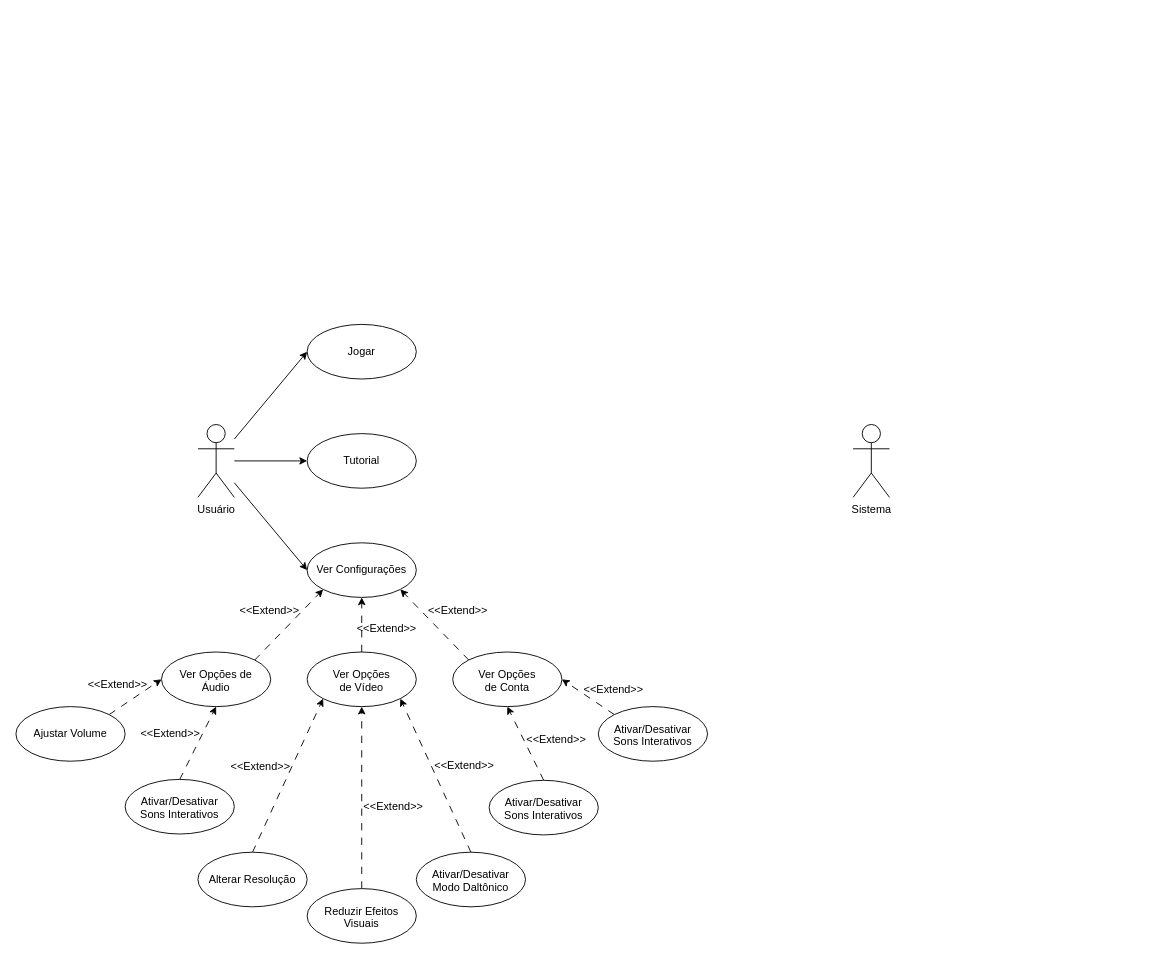
The draw.io diagram Diagrama de Casos de Uso Versão 2.drawio in RaphaelYoshiki/TCC-Jogo-Auxilio-Dislexia, before the edit. Source tidied: cells renumbered, new cells numbered last; positions are measured from the earlier drawing's top-left corner, leaving out a move shared by most shapes. Both pictures are drawn from the tidied source at 91%, with x=0, y=0 at pixel (15, 324).
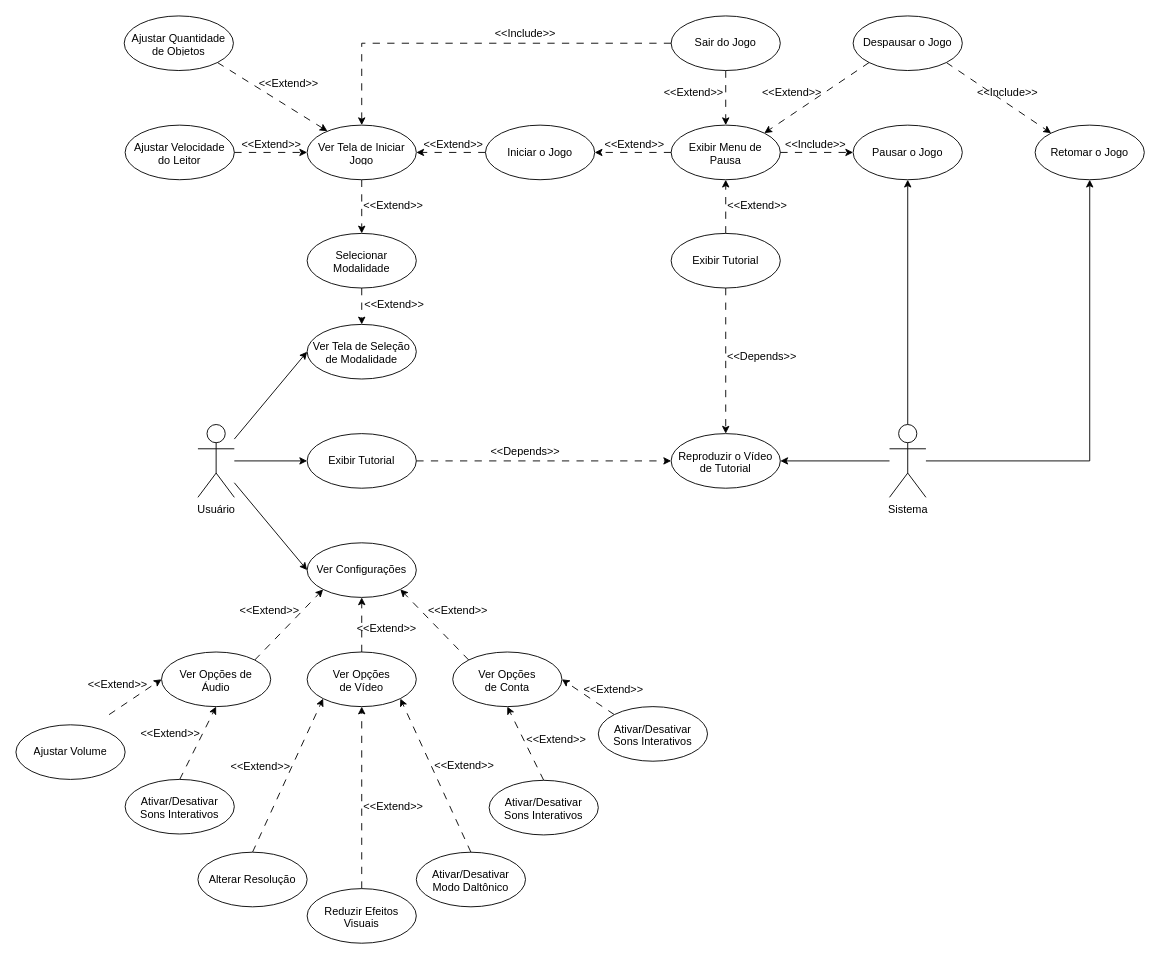
The same page after the edit.

Unchanged cells that the change refers to:
```xml
<mxCell id="6" style="ellipse;whiteSpace=wrap;html=1;" parent="1" vertex="1">
  <mxGeometry x="320" width="120" height="60" as="geometry" />
</mxCell>
<mxCell id="22" value="Ver Opções de Áudio" style="text;strokeColor=none;fillColor=none;align=center;verticalAlign=middle;spacingLeft=4;spacingRight=4;overflow=hidden;points=[[0,0.5],[1,0.5]];portConstraint=eastwest;whiteSpace=wrap;html=1;" parent="1" vertex="1">
  <mxGeometry x="160" y="375" width="120" height="30" as="geometry" />
</mxCell>
```

The edit, as a diff of the source:
```diff
@@
-    <mxCell id="7" value="Jogar" style="text;strokeColor=none;fillColor=none;align=center;verticalAlign=middle;spacingLeft=4;spacingRight=4;overflow=hidden;whiteSpace=wrap;html=1;" parent="1" vertex="1">
+    <mxCell id="7" value="Ver Tela de Seleção de Modalidade" style="text;strokeColor=none;fillColor=none;align=center;verticalAlign=middle;spacingLeft=4;spacingRight=4;overflow=hidden;whiteSpace=wrap;html=1;" parent="1" vertex="1">
       <mxGeometry x="320" y="15" width="120" height="30" as="geometry" />
     </mxCell>
@@
+    <mxCell id="53" style="rounded=0;jettySize=auto;html=1;exitX=1;exitY=0.5;exitDx=0;exitDy=0;entryX=0;entryY=0.5;entryDx=0;entryDy=0;dashed=1;dashPattern=8 8;" parent="1" edge="1" source="9" target="58">
+      <mxGeometry relative="1" as="geometry" />
+    </mxCell>
-    <mxCell id="9" value="Tutorial" style="text;strokeColor=none;fillColor=none;align=center;verticalAlign=middle;spacingLeft=4;spacingRight=4;overflow=hidden;points=[[0,0.5],[1,0.5]];portConstraint=eastwest;whiteSpace=wrap;html=1;" parent="1" vertex="1">
+    <mxCell id="9" value="Exibir Tutorial" style="text;strokeColor=none;fillColor=none;align=center;verticalAlign=middle;spacingLeft=4;spacingRight=4;overflow=hidden;points=[[0,0.5],[1,0.5]];portConstraint=eastwest;whiteSpace=wrap;html=1;" parent="1" vertex="1">
       <mxGeometry x="320" y="135" width="120" height="30" as="geometry" />
     </mxCell>
@@
-    <mxCell id="21" style="rounded=0;jettySize=auto;html=1;exitX=1;exitY=0;exitDx=0;exitDy=0;dashed=1;dashPattern=8 8;entryX=0;entryY=0.5;entryDx=0;entryDy=0;" parent="1" edge="1" source="26" target="22">
-      <mxGeometry relative="1" as="geometry" />
+    <mxCell id="21" style="rounded=0;jettySize=auto;html=1;exitX=1;exitY=0;exitDx=0;exitDy=0;dashed=1;dashPattern=8 8;entryX=0;entryY=0.5;entryDx=0;entryDy=0;" parent="1" edge="1" target="22">
+      <mxGeometry relative="1" as="geometry">
+        <mxPoint x="102.4" y="428.8" as="sourcePoint" />
+      </mxGeometry>
     </mxCell>
@@
     <mxCell id="26" style="ellipse;whiteSpace=wrap;html=1;" parent="1" vertex="1">
-      <mxGeometry y="420" width="120" height="60" as="geometry" />
+      <mxGeometry y="440" width="120" height="60" as="geometry" />
     </mxCell>
     <mxCell id="27" value="Ajustar Volume" style="text;strokeColor=none;fillColor=none;align=center;verticalAlign=middle;spacingLeft=4;spacingRight=4;overflow=hidden;whiteSpace=wrap;html=1;" parent="1" vertex="1">
-      <mxGeometry y="435" width="120" height="30" as="geometry" />
+      <mxGeometry y="455" width="120" height="30" as="geometry" />
     </mxCell>
@@
+    <mxCell id="54" style="rounded=0;jettySize=auto;html=1;entryX=1;entryY=0.5;entryDx=0;entryDy=0;" parent="1" edge="1" target="58">
+      <mxGeometry relative="1" as="geometry">
+        <mxPoint x="960" y="150" as="sourcePoint" />
+      </mxGeometry>
+    </mxCell>
+    <mxCell id="55" style="rounded=0;jettySize=auto;html=1;exitX=0.5;exitY=0;exitDx=0;exitDy=0;exitPerimeter=0;entryX=0.5;entryY=1;entryDx=0;entryDy=0;" parent="1" edge="1" source="52" target="80">
+      <mxGeometry relative="1" as="geometry" />
+    </mxCell>
+    <mxCell id="56" style="edgeStyle=orthogonalEdgeStyle;rounded=0;jettySize=auto;html=1;entryX=0.5;entryY=1;entryDx=0;entryDy=0;" parent="1" edge="1" source="52" target="94">
+      <mxGeometry relative="1" as="geometry" />
+    </mxCell>
     <mxCell id="52" value="Sistema" style="shape=umlActor;verticalLabelPosition=bottom;verticalAlign=top;html=1;outlineConnect=0;" parent="1" vertex="1">
-      <mxGeometry x="920" y="110" width="40" height="80" as="geometry" />
+      <mxGeometry x="960" y="110" width="40" height="80" as="geometry" />
     </mxCell>
+    <mxCell id="57" style="ellipse;whiteSpace=wrap;html=1;" parent="1" vertex="1">
+      <mxGeometry x="720" y="120" width="120" height="60" as="geometry" />
+    </mxCell>
+    <mxCell id="58" value="Reproduzir o Vídeo de Tutorial" style="text;strokeColor=none;fillColor=none;align=center;verticalAlign=middle;spacingLeft=4;spacingRight=4;overflow=hidden;points=[[0,0.5],[1,0.5]];portConstraint=eastwest;whiteSpace=wrap;html=1;" parent="1" vertex="1">
+      <mxGeometry x="720" y="135" width="120" height="30" as="geometry" />
+    </mxCell>
+    <mxCell id="59" value="&amp;lt;&amp;lt;Depends&amp;gt;&amp;gt;" style="text;html=1;align=center;verticalAlign=middle;whiteSpace=wrap;rounded=0;direction=east;rotation=0;" parent="1" vertex="1">
+      <mxGeometry x="530" y="125" width="60" height="30" as="geometry" />
+    </mxCell>
+    <mxCell id="60" style="rounded=0;jettySize=auto;html=1;exitX=0.5;exitY=1;exitDx=0;exitDy=0;entryX=0.5;entryY=0;entryDx=0;entryDy=0;dashed=1;dashPattern=8 8;" parent="1" edge="1" source="61" target="6">
+      <mxGeometry relative="1" as="geometry" />
+    </mxCell>
+    <mxCell id="61" style="ellipse;whiteSpace=wrap;html=1;" parent="1" vertex="1">
+      <mxGeometry x="320" y="-100" width="120" height="60" as="geometry" />
+    </mxCell>
+    <mxCell id="62" value="Selecionar Modalidade" style="text;strokeColor=none;fillColor=none;align=center;verticalAlign=middle;spacingLeft=4;spacingRight=4;overflow=hidden;whiteSpace=wrap;html=1;" parent="1" vertex="1">
+      <mxGeometry x="320" y="-85" width="120" height="30" as="geometry" />
+    </mxCell>
+    <mxCell id="63" value="&amp;lt;&amp;lt;Extend&amp;gt;&amp;gt;" style="text;html=1;align=center;verticalAlign=middle;whiteSpace=wrap;rounded=0;direction=east;rotation=0;" parent="1" vertex="1">
+      <mxGeometry x="386" y="-37" width="60" height="30" as="geometry" />
+    </mxCell>
+    <mxCell id="64" style="rounded=0;jettySize=auto;html=1;exitX=0.5;exitY=1;exitDx=0;exitDy=0;entryX=0.5;entryY=0;entryDx=0;entryDy=0;dashed=1;dashPattern=8 8;" parent="1" edge="1" source="65" target="61">
+      <mxGeometry relative="1" as="geometry" />
+    </mxCell>
+    <mxCell id="65" style="ellipse;whiteSpace=wrap;html=1;" parent="1" vertex="1">
+      <mxGeometry x="320" y="-219" width="120" height="60" as="geometry" />
+    </mxCell>
+    <mxCell id="66" value="Ver Tela de Iniciar Jogo" style="text;strokeColor=none;fillColor=none;align=center;verticalAlign=middle;spacingLeft=4;spacingRight=4;overflow=hidden;points=[[0,0.5],[1,0.5]];portConstraint=eastwest;whiteSpace=wrap;html=1;" parent="1" vertex="1">
+      <mxGeometry x="320" y="-204" width="120" height="30" as="geometry" />
+    </mxCell>
+    <mxCell id="67" value="&amp;lt;&amp;lt;Extend&amp;gt;&amp;gt;" style="text;html=1;align=center;verticalAlign=middle;whiteSpace=wrap;rounded=0;direction=east;rotation=0;" parent="1" vertex="1">
+      <mxGeometry x="385" y="-145" width="60" height="30" as="geometry" />
+    </mxCell>
+    <mxCell id="68" style="rounded=0;jettySize=auto;html=1;exitX=0;exitY=0.5;exitDx=0;exitDy=0;entryX=1;entryY=0.5;entryDx=0;entryDy=0;dashed=1;dashPattern=8 8;" parent="1" edge="1" source="70" target="66">
+      <mxGeometry relative="1" as="geometry" />
+    </mxCell>
+    <mxCell id="69" style="ellipse;whiteSpace=wrap;html=1;" parent="1" vertex="1">
+      <mxGeometry x="516" y="-219" width="120" height="60" as="geometry" />
+    </mxCell>
+    <mxCell id="70" value="Iniciar o Jogo" style="text;strokeColor=none;fillColor=none;align=center;verticalAlign=middle;spacingLeft=4;spacingRight=4;overflow=hidden;points=[[0,0.5],[1,0.5]];portConstraint=eastwest;whiteSpace=wrap;html=1;" parent="1" vertex="1">
+      <mxGeometry x="516" y="-204" width="120" height="30" as="geometry" />
+    </mxCell>
+    <mxCell id="71" style="ellipse;whiteSpace=wrap;html=1;" parent="1" vertex="1">
+      <mxGeometry x="120" y="-219" width="120" height="60" as="geometry" />
+    </mxCell>
+    <mxCell id="72" style="rounded=0;jettySize=auto;html=1;exitX=1;exitY=0.5;exitDx=0;exitDy=0;entryX=0;entryY=0.5;entryDx=0;entryDy=0;dashed=1;dashPattern=8 8;" parent="1" edge="1" source="73" target="66">
+      <mxGeometry relative="1" as="geometry" />
+    </mxCell>
+    <mxCell id="73" value="Ajustar Velocidade do Leitor" style="text;strokeColor=none;fillColor=none;align=center;verticalAlign=middle;spacingLeft=4;spacingRight=4;overflow=hidden;points=[[0,0.5],[1,0.5]];portConstraint=eastwest;whiteSpace=wrap;html=1;" parent="1" vertex="1">
+      <mxGeometry x="120" y="-204" width="120" height="30" as="geometry" />
+    </mxCell>
+    <mxCell id="74" style="ellipse;whiteSpace=wrap;html=1;" parent="1" vertex="1">
+      <mxGeometry x="119" y="-339" width="120" height="60" as="geometry" />
+    </mxCell>
+    <mxCell id="75" style="rounded=0;jettySize=auto;html=1;exitX=1;exitY=1;exitDx=0;exitDy=0;dashed=1;dashPattern=8 8;" parent="1" edge="1" source="74" target="65">
+      <mxGeometry relative="1" as="geometry" />
+    </mxCell>
+    <mxCell id="76" value="Ajustar Quantidade de Objetos" style="text;strokeColor=none;fillColor=none;align=center;verticalAlign=middle;spacingLeft=4;spacingRight=4;overflow=hidden;whiteSpace=wrap;html=1;" parent="1" vertex="1">
+      <mxGeometry x="119" y="-324" width="120" height="30" as="geometry" />
+    </mxCell>
+    <mxCell id="77" value="&amp;lt;&amp;lt;Extend&amp;gt;&amp;gt;" style="text;html=1;align=center;verticalAlign=middle;whiteSpace=wrap;rounded=0;direction=east;rotation=0;" parent="1" vertex="1">
+      <mxGeometry x="451" y="-212" width="60" height="30" as="geometry" />
+    </mxCell>
+    <mxCell id="78" value="&amp;lt;&amp;lt;Extend&amp;gt;&amp;gt;" style="text;html=1;align=center;verticalAlign=middle;whiteSpace=wrap;rounded=0;direction=east;rotation=0;" parent="1" vertex="1">
+      <mxGeometry x="270" y="-279" width="60" height="30" as="geometry" />
+    </mxCell>
+    <mxCell id="79" value="&amp;lt;&amp;lt;Extend&amp;gt;&amp;gt;" style="text;html=1;align=center;verticalAlign=middle;whiteSpace=wrap;rounded=0;direction=east;rotation=0;" parent="1" vertex="1">
+      <mxGeometry x="251" y="-212" width="60" height="30" as="geometry" />
+    </mxCell>
+    <mxCell id="80" style="ellipse;whiteSpace=wrap;html=1;" parent="1" vertex="1">
+      <mxGeometry x="920" y="-219" width="120" height="60" as="geometry" />
+    </mxCell>
+    <mxCell id="81" value="Pausar o Jogo" style="text;strokeColor=none;fillColor=none;align=center;verticalAlign=middle;spacingLeft=4;spacingRight=4;overflow=hidden;points=[[0,0.5],[1,0.5]];portConstraint=eastwest;whiteSpace=wrap;html=1;" parent="1" vertex="1">
+      <mxGeometry x="920" y="-204" width="120" height="30" as="geometry" />
+    </mxCell>
+    <mxCell id="82" style="ellipse;whiteSpace=wrap;html=1;" parent="1" vertex="1">
+      <mxGeometry x="720" y="-219" width="120" height="60" as="geometry" />
+    </mxCell>
+    <mxCell id="83" style="rounded=0;jettySize=auto;html=1;exitX=0;exitY=0.5;exitDx=0;exitDy=0;entryX=1;entryY=0.5;entryDx=0;entryDy=0;dashed=1;dashPattern=8 8;" parent="1" edge="1" source="85" target="70">
+      <mxGeometry relative="1" as="geometry" />
+    </mxCell>
+    <mxCell id="84" style="rounded=0;jettySize=auto;html=1;exitX=1;exitY=0.5;exitDx=0;exitDy=0;entryX=0;entryY=0.5;entryDx=0;entryDy=0;dashed=1;dashPattern=8 8;" parent="1" edge="1" source="85" target="81">
+      <mxGeometry relative="1" as="geometry" />
+    </mxCell>
+    <mxCell id="85" value="Exibir Menu de Pausa" style="text;strokeColor=none;fillColor=none;align=center;verticalAlign=middle;spacingLeft=4;spacingRight=4;overflow=hidden;points=[[0,0.5],[1,0.5]];portConstraint=eastwest;whiteSpace=wrap;html=1;" parent="1" vertex="1">
+      <mxGeometry x="720" y="-204" width="120" height="30" as="geometry" />
+    </mxCell>
+    <mxCell id="86" style="rounded=0;jettySize=auto;html=1;exitX=0.5;exitY=1;exitDx=0;exitDy=0;entryX=0.5;entryY=0;entryDx=0;entryDy=0;dashed=1;dashPattern=8 8;" parent="1" edge="1" source="88" target="57">
+      <mxGeometry relative="1" as="geometry" />
+    </mxCell>
+    <mxCell id="87" style="rounded=0;jettySize=auto;html=1;exitX=0.5;exitY=0;exitDx=0;exitDy=0;entryX=0.5;entryY=1;entryDx=0;entryDy=0;dashed=1;dashPattern=8 8;" parent="1" edge="1" source="88" target="82">
+      <mxGeometry relative="1" as="geometry" />
+    </mxCell>
+    <mxCell id="88" style="ellipse;whiteSpace=wrap;html=1;" parent="1" vertex="1">
+      <mxGeometry x="720" y="-100" width="120" height="60" as="geometry" />
+    </mxCell>
+    <mxCell id="89" value="Exibir Tutorial" style="text;strokeColor=none;fillColor=none;align=center;verticalAlign=middle;spacingLeft=4;spacingRight=4;overflow=hidden;whiteSpace=wrap;html=1;" parent="1" vertex="1">
+      <mxGeometry x="720" y="-85" width="120" height="30" as="geometry" />
+    </mxCell>
+    <mxCell id="90" value="&amp;lt;&amp;lt;Depends&amp;gt;&amp;gt;" style="text;html=1;align=center;verticalAlign=middle;whiteSpace=wrap;rounded=0;direction=east;rotation=0;" parent="1" vertex="1">
+      <mxGeometry x="790" y="21" width="60" height="30" as="geometry" />
+    </mxCell>
+    <mxCell id="91" value="&amp;lt;&amp;lt;Extend&amp;gt;&amp;gt;" style="text;html=1;align=center;verticalAlign=middle;whiteSpace=wrap;rounded=0;direction=east;rotation=0;" parent="1" vertex="1">
+      <mxGeometry x="785" y="-145" width="60" height="30" as="geometry" />
+    </mxCell>
+    <mxCell id="92" value="&amp;lt;&amp;lt;Extend&amp;gt;&amp;gt;" style="text;html=1;align=center;verticalAlign=middle;whiteSpace=wrap;rounded=0;direction=east;rotation=0;" parent="1" vertex="1">
+      <mxGeometry x="650" y="-212" width="60" height="30" as="geometry" />
+    </mxCell>
+    <mxCell id="93" value="&amp;lt;&amp;lt;Include&amp;gt;&amp;gt;" style="text;html=1;align=center;verticalAlign=middle;whiteSpace=wrap;rounded=0;direction=east;rotation=0;" parent="1" vertex="1">
+      <mxGeometry x="849" y="-212" width="60" height="30" as="geometry" />
+    </mxCell>
+    <mxCell id="94" style="ellipse;whiteSpace=wrap;html=1;" parent="1" vertex="1">
+      <mxGeometry x="1120" y="-219" width="120" height="60" as="geometry" />
+    </mxCell>
+    <mxCell id="95" value="Retomar o Jogo" style="text;strokeColor=none;fillColor=none;align=center;verticalAlign=middle;spacingLeft=4;spacingRight=4;overflow=hidden;whiteSpace=wrap;html=1;" parent="1" vertex="1">
+      <mxGeometry x="1120" y="-204" width="120" height="30" as="geometry" />
+    </mxCell>
+    <mxCell id="96" style="rounded=0;jettySize=auto;html=1;exitX=0.5;exitY=1;exitDx=0;exitDy=0;entryX=0.5;entryY=0;entryDx=0;entryDy=0;dashed=1;dashPattern=8 8;" parent="1" edge="1" source="97" target="82">
+      <mxGeometry relative="1" as="geometry" />
+    </mxCell>
+    <mxCell id="97" style="ellipse;whiteSpace=wrap;html=1;" parent="1" vertex="1">
+      <mxGeometry x="720" y="-339" width="120" height="60" as="geometry" />
+    </mxCell>
+    <mxCell id="98" style="edgeStyle=orthogonalEdgeStyle;rounded=0;jettySize=auto;html=1;exitX=0;exitY=0.5;exitDx=0;exitDy=0;entryX=0.5;entryY=0;entryDx=0;entryDy=0;dashed=1;dashPattern=8 8;" parent="1" edge="1" source="99" target="65">
+      <mxGeometry relative="1" as="geometry" />
+    </mxCell>
+    <mxCell id="99" value="Sair do Jogo" style="text;strokeColor=none;fillColor=none;align=center;verticalAlign=middle;spacingLeft=4;spacingRight=4;overflow=hidden;points=[[0,0.5],[1,0.5]];portConstraint=eastwest;whiteSpace=wrap;html=1;" parent="1" vertex="1">
+      <mxGeometry x="720" y="-324" width="120" height="30" as="geometry" />
+    </mxCell>
+    <mxCell id="100" style="rounded=0;jettySize=auto;html=1;exitX=0;exitY=1;exitDx=0;exitDy=0;entryX=1;entryY=0;entryDx=0;entryDy=0;dashed=1;dashPattern=8 8;" parent="1" edge="1" source="102" target="82">
+      <mxGeometry relative="1" as="geometry" />
+    </mxCell>
+    <mxCell id="101" style="rounded=0;jettySize=auto;html=1;exitX=1;exitY=1;exitDx=0;exitDy=0;entryX=0;entryY=0;entryDx=0;entryDy=0;dashed=1;dashPattern=8 8;" parent="1" edge="1" source="102" target="94">
+      <mxGeometry relative="1" as="geometry" />
+    </mxCell>
+    <mxCell id="102" style="ellipse;whiteSpace=wrap;html=1;" parent="1" vertex="1">
+      <mxGeometry x="920" y="-339" width="120" height="60" as="geometry" />
+    </mxCell>
+    <mxCell id="103" value="Despausar o Jogo" style="text;strokeColor=none;fillColor=none;align=center;verticalAlign=middle;spacingLeft=4;spacingRight=4;overflow=hidden;whiteSpace=wrap;html=1;" parent="1" vertex="1">
+      <mxGeometry x="920" y="-324" width="120" height="30" as="geometry" />
+    </mxCell>
+    <mxCell id="104" value="&amp;lt;&amp;lt;Extend&amp;gt;&amp;gt;" style="text;html=1;align=center;verticalAlign=middle;whiteSpace=wrap;rounded=0;direction=east;rotation=0;" parent="1" vertex="1">
+      <mxGeometry x="823" y="-270" width="60" height="30" as="geometry" />
+    </mxCell>
+    <mxCell id="105" value="&amp;lt;&amp;lt;Include&amp;gt;&amp;gt;" style="text;html=1;align=center;verticalAlign=middle;whiteSpace=wrap;rounded=0;direction=east;rotation=0;" parent="1" vertex="1">
+      <mxGeometry x="1060" y="-270" width="60" height="30" as="geometry" />
+    </mxCell>
+    <mxCell id="106" value="&amp;lt;&amp;lt;Extend&amp;gt;&amp;gt;" style="text;html=1;align=center;verticalAlign=middle;whiteSpace=wrap;rounded=0;direction=east;rotation=0;" parent="1" vertex="1">
+      <mxGeometry x="715" y="-270" width="60" height="30" as="geometry" />
+    </mxCell>
+    <mxCell id="107" value="&amp;lt;&amp;lt;Include&amp;gt;&amp;gt;" style="text;html=1;align=center;verticalAlign=middle;whiteSpace=wrap;rounded=0;direction=east;rotation=0;" parent="1" vertex="1">
+      <mxGeometry x="530" y="-334" width="60" height="30" as="geometry" />
+    </mxCell>
```
